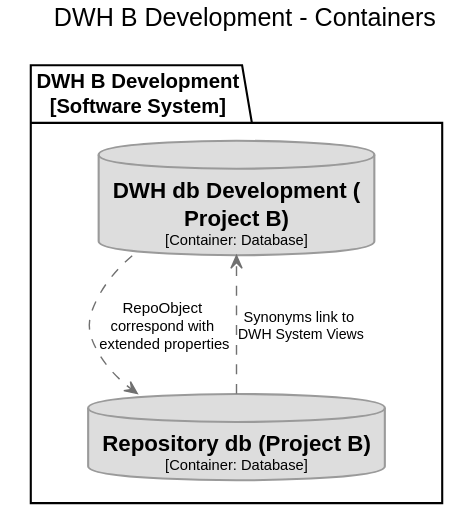
Earlier version of the PlantUML export docs/build/html5/images/structurizr-DWHBDevelopment-Container.svg (DataHandwerk/DataHandwerk-toolkit-mssql).
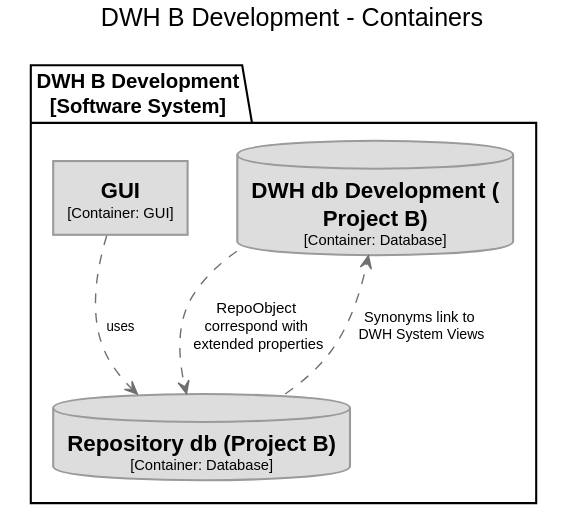
After the commit.

Diff of the diagram source:
```diff
@@ -20,10 +20,17 @@
   FontColor #000000
   BorderColor #9A9A9A
 }
+skinparam rectangle<<21>> {
+  BackgroundColor #dddddd
+  FontColor #000000
+  BorderColor #9A9A9A
+}
 package "DWH B Development\n[Software System]" {
   database "==DWH db Development (Project B)\n<size:10>[Container: Database]</size>" <<17>> as 17
+  rectangle "==GUI\n<size:10>[Container: GUI]</size>" <<21>> as 21
   database "==Repository db (Project B)\n<size:10>[Container: Database]</size>" <<5>> as 5
 }
 17 .[#707070].> 5 : "RepoObject correspond with extended properties"
+21 .[#707070].> 5 : "uses"
 5 .[#707070].> 17 : "Synonyms link to DWH System Views"
 @enduml
```
